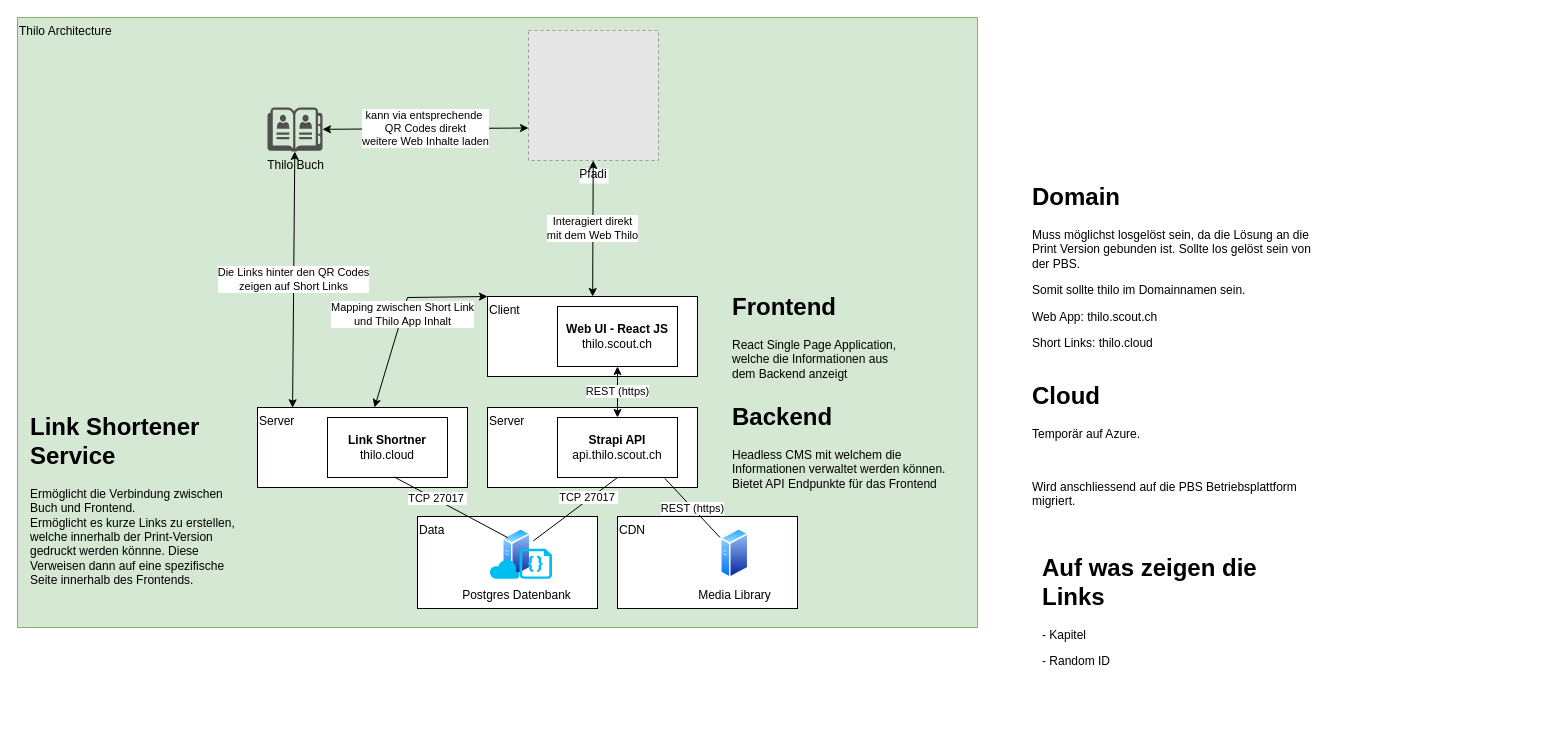
Earlier version of the draw.io diagram documentation/architecture.drawio (scout-ch/thilo). Source tidied: cells renumbered, new cells numbered last; positions are measured from the earlier drawing's top-left corner, leaving out a move shared by most shapes. Both pictures are drawn from the tidied source at 100%, with x=0, y=0 at pixel (17, 17). Pictures stored in the file or linked from it are replaced by grey dashed boxes.
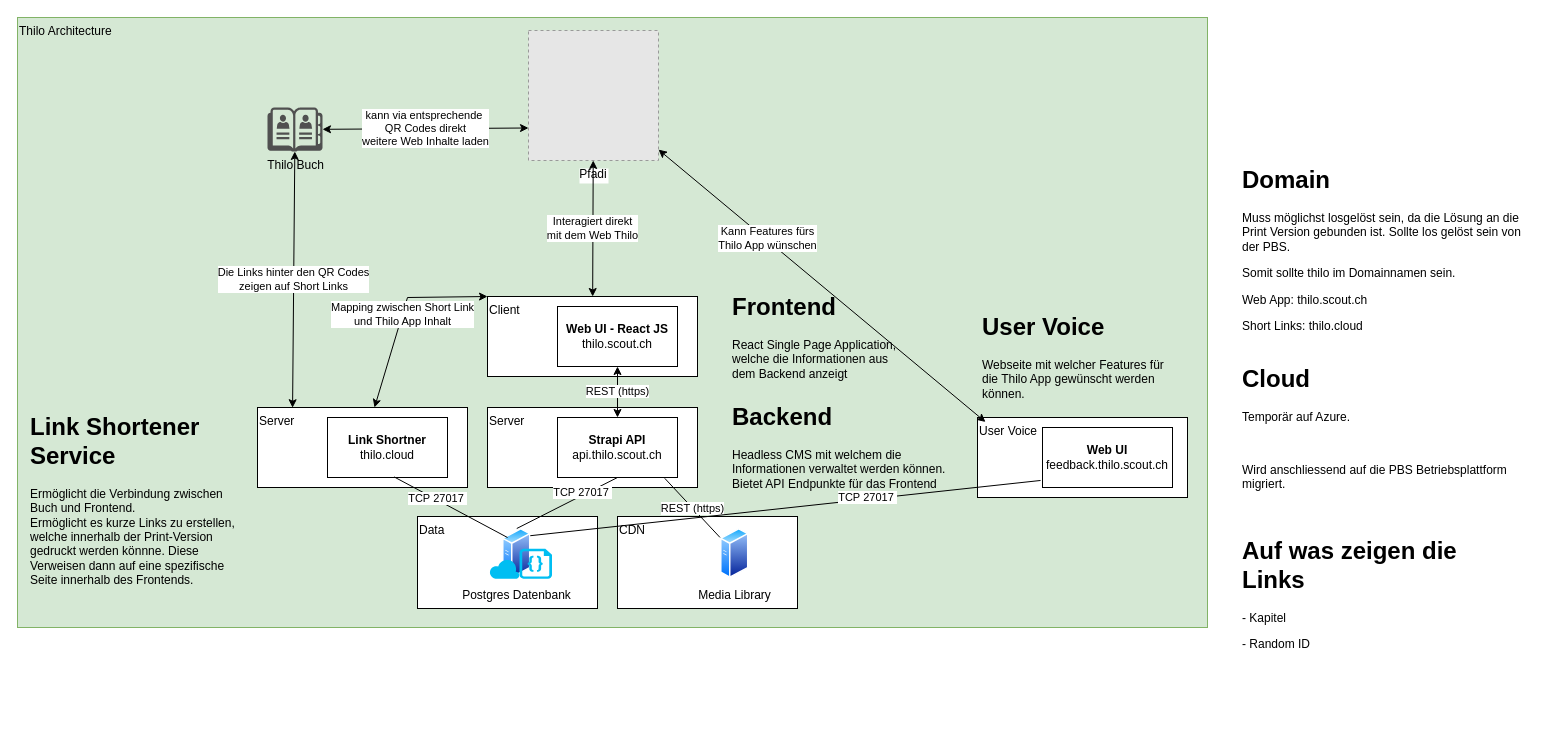
The same diagram, later.

Unchanged cells that the change refers to:
```xml
<mxCell id="6" value="&lt;b&gt;Strapi API&lt;br&gt;&lt;/b&gt;api.thilo.scout.ch" style="rounded=0;whiteSpace=wrap;html=1;align=center;verticalAlign=middle;" parent="1" vertex="1">
  <mxGeometry x="540" y="400" width="120" height="60" as="geometry" />
</mxCell>
<mxCell id="10" value="Postgres Datenbank" style="perimeter=ellipsePerimeter;html=1;align=center;shadow=0;dashed=0;spacingTop=3;image;image=img/lib/active_directory/generic_server.svg;fontFamily=Helvetica;fontSize=12;fontColor=#000000;strokeColor=#000000;fillColor=#ffffff;labelBackgroundColor=none;" parent="1" vertex="1">
  <mxGeometry x="480" y="511" width="38.5" height="50" as="geometry" />
</mxCell>
<mxCell id="22" value="Pfadi" style="fillColor=#E6E6E6;strokeColor=#999999;dashed=1;verticalLabelPosition=bottom;labelBackgroundColor=default;verticalAlign=top;" parent="1" vertex="1">
  <mxGeometry x="511" y="13" width="130" height="130" as="geometry" />
</mxCell>
```

Change to the diagram source:
```diff
@@
     <mxCell id="2" value="Thilo Architecture" style="rounded=0;whiteSpace=wrap;html=1;align=left;verticalAlign=top;fillColor=#d5e8d4;strokeColor=#82b366;" parent="1" vertex="1">
-      <mxGeometry width="960" height="610" as="geometry" />
+      <mxGeometry width="1190" height="610" as="geometry" />
     </mxCell>
@@
-    <mxCell id="9" value="TCP&amp;nbsp;27017&amp;nbsp;" style="endArrow=none;html=1;rounded=0;entryX=0.5;entryY=1;entryDx=0;entryDy=0;" parent="1" edge="1" source="10" target="6">
+    <mxCell id="9" value="TCP&amp;nbsp;27017&amp;nbsp;" style="endArrow=none;html=1;rounded=0;entryX=0.5;entryY=1;entryDx=0;entryDy=0;exitX=0.5;exitY=0;exitDx=0;exitDy=0;" parent="1" edge="1" source="10" target="6">
       <mxGeometry x="0.32" y="2" relative="1" as="geometry" />
     </mxCell>
@@
     <mxCell id="28" value="&lt;h1&gt;Domain&lt;/h1&gt;&lt;p&gt;Muss möglichst losgelöst sein, da die Lösung an die Print Version gebunden ist. Sollte los gelöst sein von der PBS.&lt;/p&gt;&lt;p&gt;Somit sollte thilo im Domainnamen sein.&lt;/p&gt;&lt;p&gt;Web App: thilo.scout.ch&lt;/p&gt;&lt;p&gt;Short Links:&amp;nbsp;thilo.cloud&lt;/p&gt;" style="text;html=1;strokeColor=none;fillColor=none;spacing=5;spacingTop=-20;whiteSpace=wrap;overflow=hidden;rounded=0;" parent="1" vertex="1">
-      <mxGeometry x="1010" y="160" width="290" height="180" as="geometry" />
+      <mxGeometry x="1220" y="143" width="290" height="180" as="geometry" />
     </mxCell>
     <mxCell id="29" value="&lt;h1&gt;Cloud&lt;/h1&gt;&lt;p&gt;Temporär auf Azure.&lt;/p&gt;&lt;p&gt;&lt;br&gt;&lt;/p&gt;&lt;p&gt;Wird anschliessend auf die PBS Betriebsplattform migriert.&lt;/p&gt;" style="text;html=1;strokeColor=none;fillColor=none;spacing=5;spacingTop=-20;whiteSpace=wrap;overflow=hidden;rounded=0;" parent="1" vertex="1">
-      <mxGeometry x="1010" y="359" width="290" height="180" as="geometry" />
+      <mxGeometry x="1220" y="342" width="290" height="180" as="geometry" />
     </mxCell>
     <mxCell id="30" value="&lt;h1&gt;Auf was zeigen die Links&lt;/h1&gt;&lt;p&gt;- Kapitel&lt;/p&gt;&lt;p&gt;- Random ID&lt;/p&gt;" style="text;html=1;strokeColor=none;fillColor=none;spacing=5;spacingTop=-20;whiteSpace=wrap;overflow=hidden;rounded=0;" parent="1" vertex="1">
-      <mxGeometry x="1020" y="531.3" width="290" height="180" as="geometry" />
+      <mxGeometry x="1220" y="514.3" width="290" height="180" as="geometry" />
     </mxCell>
+    <mxCell id="31" value="User Voice" style="rounded=0;whiteSpace=wrap;html=1;align=left;verticalAlign=top;" parent="1" vertex="1">
+      <mxGeometry x="960" y="400" width="210" height="80" as="geometry" />
+    </mxCell>
+    <mxCell id="32" value="&lt;b&gt;Web UI&lt;/b&gt;&lt;br&gt;feedback.thilo.scout.ch" style="rounded=0;whiteSpace=wrap;html=1;align=center;verticalAlign=middle;" parent="1" vertex="1">
+      <mxGeometry x="1025" y="410" width="130" height="60" as="geometry" />
+    </mxCell>
+    <mxCell id="33" value="TCP&amp;nbsp;27017&amp;nbsp;" style="endArrow=none;html=1;rounded=0;entryX=-0.015;entryY=0.883;entryDx=0;entryDy=0;entryPerimeter=0;exitX=1;exitY=0;exitDx=0;exitDy=0;" parent="1" edge="1" source="10" target="32">
+      <mxGeometry x="0.32" y="2" relative="1" as="geometry" />
+    </mxCell>
+    <mxCell id="34" value="&lt;h1&gt;User Voice&lt;/h1&gt;&lt;p&gt;Webseite mit welcher Features für die Thilo App gewünscht werden können.&lt;/p&gt;" style="text;html=1;strokeColor=none;fillColor=none;spacing=5;spacingTop=-20;whiteSpace=wrap;overflow=hidden;rounded=0;" parent="1" vertex="1">
+      <mxGeometry x="960" y="290" width="190" height="100" as="geometry" />
+    </mxCell>
+    <mxCell id="35" value="Kann Features fürs &lt;br&gt;Thilo App wünschen" style="endArrow=classic;startArrow=classic;html=1;rounded=0;exitX=0.038;exitY=0.056;exitDx=0;exitDy=0;exitPerimeter=0;" parent="1" edge="1" source="31" target="22">
+      <mxGeometry x="0.34" y="-2" relative="1" as="geometry" />
+    </mxCell>
```
